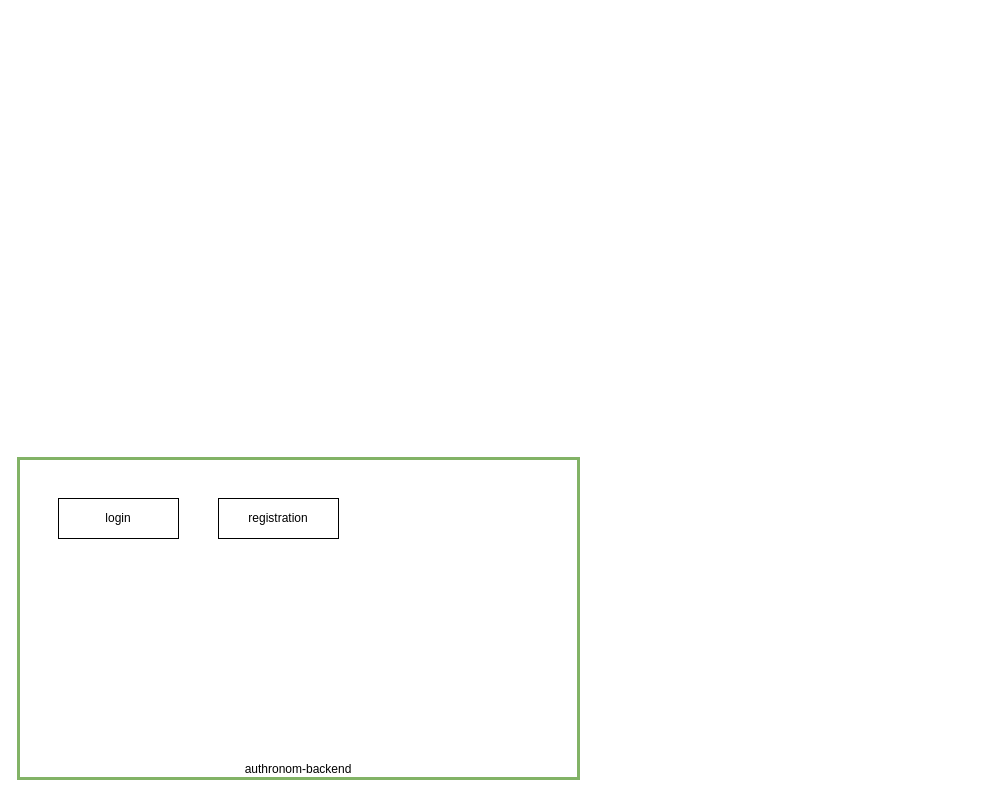
This is diagrams/main.drawio from Netroforge/authronom-backend, a draw.io file, before an edit. Source tidied: cells renumbered, new cells numbered last; positions are measured from the earlier drawing's top-left corner, leaving out a move shared by most shapes. Both pictures are drawn from the tidied source at 100%, with x=0, y=0 at pixel (18, 458).
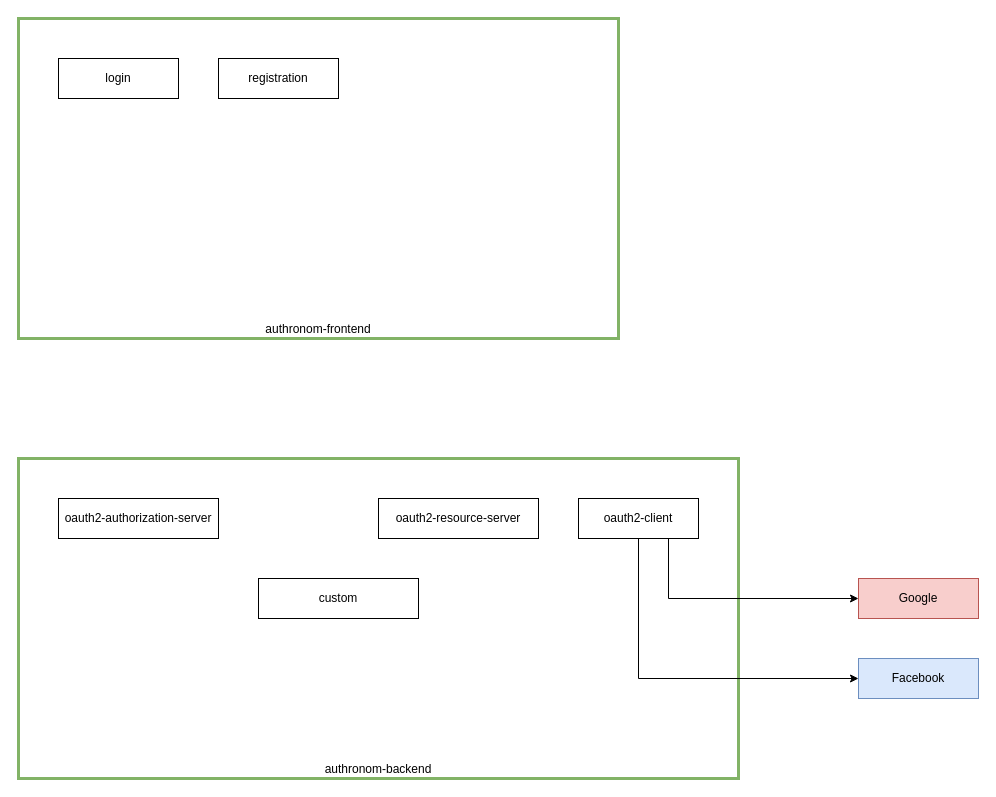
After the change.

The edit, as a diff of the source:
```diff
@@
 <mxGraphModel>
   <root>
     <mxCell id="0" />
     <mxCell id="1" parent="0" />
     <mxCell id="2" value="authronom-backend" style="rounded=0;whiteSpace=wrap;html=1;fillColor=none;strokeColor=#82b366;verticalAlign=bottom;strokeWidth=3;" parent="1" vertex="1">
-      <mxGeometry width="560" height="320" as="geometry" />
+      <mxGeometry width="720" height="320" as="geometry" />
     </mxCell>
-    <mxCell id="3" value="login" style="rounded=0;whiteSpace=wrap;html=1;" parent="1" vertex="1">
-      <mxGeometry x="40" y="40" width="120" height="40" as="geometry" />
+    <mxCell id="3" value="oauth2-authorization-server" style="rounded=0;whiteSpace=wrap;html=1;" parent="1" vertex="1">
+      <mxGeometry x="40" y="40" width="160" height="40" as="geometry" />
     </mxCell>
     <mxCell id="4" style="edgeStyle=orthogonalEdgeStyle;rounded=0;orthogonalLoop=1;jettySize=auto;html=1;exitX=0.5;exitY=1;exitDx=0;exitDy=0;" parent="1" edge="1" source="3" target="3">
       <mxGeometry relative="1" as="geometry" />
     </mxCell>
-    <mxCell id="5" value="registration" style="rounded=0;whiteSpace=wrap;html=1;" parent="1" vertex="1">
-      <mxGeometry x="200" y="40" width="120" height="40" as="geometry" />
+    <mxCell id="5" value="oauth2-resource-server" style="rounded=0;whiteSpace=wrap;html=1;" parent="1" vertex="1">
+      <mxGeometry x="360" y="40" width="160" height="40" as="geometry" />
     </mxCell>
+    <mxCell id="6" value="authronom-frontend" style="rounded=0;whiteSpace=wrap;html=1;fillColor=none;strokeColor=#82b366;verticalAlign=bottom;strokeWidth=3;" parent="1" vertex="1">
+      <mxGeometry y="-440" width="600" height="320" as="geometry" />
+    </mxCell>
+    <mxCell id="7" value="login" style="rounded=0;whiteSpace=wrap;html=1;" parent="1" vertex="1">
+      <mxGeometry x="40" y="-400" width="120" height="40" as="geometry" />
+    </mxCell>
+    <mxCell id="8" style="edgeStyle=orthogonalEdgeStyle;rounded=0;orthogonalLoop=1;jettySize=auto;html=1;exitX=0.5;exitY=1;exitDx=0;exitDy=0;" parent="1" edge="1" source="7" target="7">
+      <mxGeometry relative="1" as="geometry" />
+    </mxCell>
+    <mxCell id="9" value="registration" style="rounded=0;whiteSpace=wrap;html=1;" parent="1" vertex="1">
+      <mxGeometry x="200" y="-400" width="120" height="40" as="geometry" />
+    </mxCell>
+    <mxCell id="10" value="Facebook" style="rounded=0;whiteSpace=wrap;html=1;fillColor=#dae8fc;strokeColor=#6c8ebf;" parent="1" vertex="1">
+      <mxGeometry x="840" y="200" width="120" height="40" as="geometry" />
+    </mxCell>
+    <mxCell id="11" value="oauth2-client" style="rounded=0;whiteSpace=wrap;html=1;" parent="1" vertex="1">
+      <mxGeometry x="560" y="40" width="120" height="40" as="geometry" />
+    </mxCell>
+    <mxCell id="12" style="edgeStyle=orthogonalEdgeStyle;rounded=0;jettySize=auto;html=1;entryX=0;entryY=0.5;entryDx=0;entryDy=0;exitX=0.75;exitY=1;exitDx=0;exitDy=0;" parent="1" edge="1" source="11" target="14">
+      <mxGeometry relative="1" as="geometry" />
+    </mxCell>
+    <mxCell id="13" style="edgeStyle=orthogonalEdgeStyle;rounded=0;jettySize=auto;html=1;entryX=0;entryY=0.5;entryDx=0;entryDy=0;exitX=0.5;exitY=1;exitDx=0;exitDy=0;" parent="1" edge="1" source="11" target="10">
+      <mxGeometry relative="1" as="geometry">
+        <Array as="points">
+          <mxPoint x="620" y="220" />
+        </Array>
+      </mxGeometry>
+    </mxCell>
+    <mxCell id="14" value="Google" style="rounded=0;whiteSpace=wrap;html=1;fillColor=#f8cecc;strokeColor=#b85450;" parent="1" vertex="1">
+      <mxGeometry x="840" y="120" width="120" height="40" as="geometry" />
+    </mxCell>
+    <mxCell id="15" value="custom" style="rounded=0;whiteSpace=wrap;html=1;" parent="1" vertex="1">
+      <mxGeometry x="240" y="120" width="160" height="40" as="geometry" />
+    </mxCell>
   </root>
 </mxGraphModel>
```
